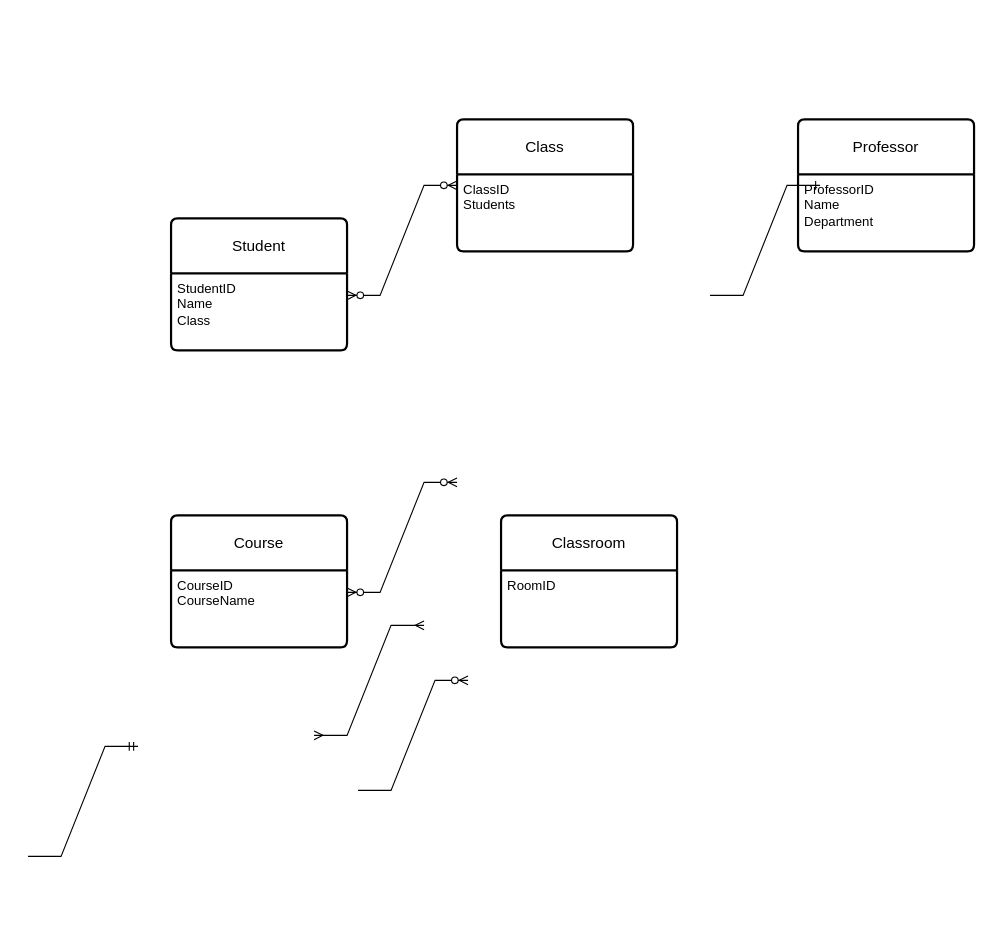
The draw.io diagram Practical4.drawio in carinetang20/carinetang20, before the edit. Source tidied: cells renumbered, new cells numbered last; positions are measured from the earlier drawing's top-left corner, leaving out a move shared by most shapes. Both pictures are drawn from the tidied source at 110%, with x=0, y=0 at pixel (28, 119).
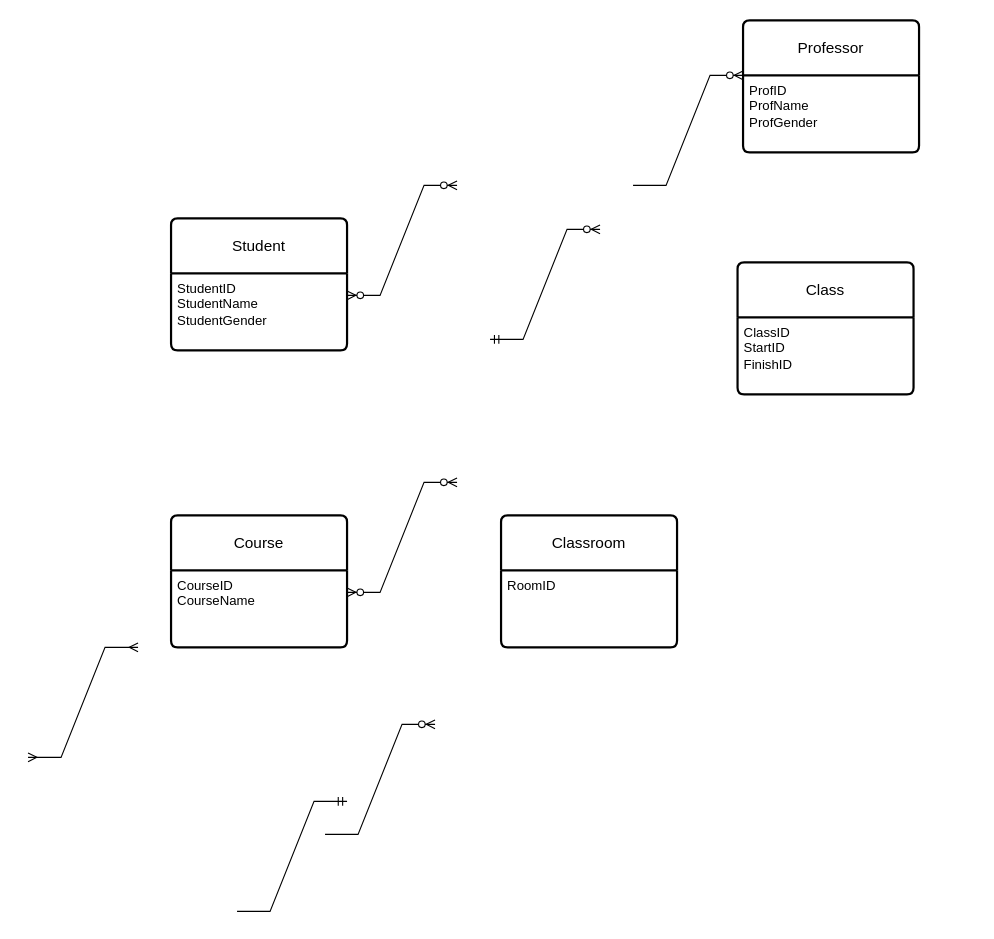
Above is the later version.

Unchanged cells that the change refers to:
```xml
<mxCell id="5" value="Student" style="swimlane;horizontal=1;startSize=50;rounded=1;fontSize=14;fontStyle=0;strokeWidth=2;shadow=0;dashed=0;align=center;arcSize=4;whiteSpace=wrap;html=1;" parent="1" vertex="1">
  <mxGeometry x="130" y="90" width="160" height="120" as="geometry" />
</mxCell>
```

Diff of the diagram source:
```diff
@@
     <mxCell id="2" value="Class" style="swimlane;horizontal=1;startSize=50;rounded=1;fontSize=14;fontStyle=0;strokeWidth=2;shadow=0;dashed=0;align=center;arcSize=4;whiteSpace=wrap;html=1;" parent="1" vertex="1">
-      <mxGeometry x="390" width="160" height="120" as="geometry" />
+      <mxGeometry x="645" y="130" width="160" height="120" as="geometry" />
     </mxCell>
-    <mxCell id="3" value="&lt;div&gt;ClassID&lt;/div&gt;&lt;div&gt;Students&lt;/div&gt;" style="align=left;strokeColor=none;fillColor=none;spacingLeft=4;spacingRight=4;fontSize=12;verticalAlign=top;html=1;whiteSpace=wrap;" parent="2" vertex="1">
+    <mxCell id="3" value="&lt;div&gt;ClassID&lt;/div&gt;&lt;div&gt;StartID&lt;/div&gt;&lt;div&gt;FinishID&lt;/div&gt;" style="align=left;strokeColor=none;fillColor=none;spacingLeft=4;spacingRight=4;fontSize=12;verticalAlign=top;html=1;whiteSpace=wrap;" parent="2" vertex="1">
       <mxGeometry y="50" width="160" height="70" as="geometry" />
     </mxCell>
@@
-    <mxCell id="6" value="&lt;div&gt;StudentID&lt;/div&gt;&lt;div&gt;Name&lt;/div&gt;&lt;div&gt;Class&lt;/div&gt;" style="align=left;strokeColor=none;fillColor=none;spacingLeft=4;spacingRight=4;fontSize=12;verticalAlign=top;html=1;whiteSpace=wrap;" parent="5" vertex="1">
+    <mxCell id="6" value="&lt;div&gt;StudentID&lt;/div&gt;&lt;div&gt;StudentName&lt;/div&gt;&lt;div&gt;StudentGender&lt;/div&gt;&lt;div&gt;&lt;br&gt;&lt;/div&gt;" style="align=left;strokeColor=none;fillColor=none;spacingLeft=4;spacingRight=4;fontSize=12;verticalAlign=top;html=1;whiteSpace=wrap;" parent="5" vertex="1">
       <mxGeometry y="50" width="160" height="70" as="geometry" />
     </mxCell>
     <mxCell id="7" value="Professor" style="swimlane;horizontal=1;startSize=50;rounded=1;fontSize=14;fontStyle=0;strokeWidth=2;shadow=0;dashed=0;align=center;arcSize=4;whiteSpace=wrap;html=1;" parent="1" vertex="1">
-      <mxGeometry x="700" width="160" height="120" as="geometry" />
+      <mxGeometry x="650" y="-90" width="160" height="120" as="geometry" />
     </mxCell>
-    <mxCell id="8" value="&lt;div&gt;ProfessorID&lt;/div&gt;&lt;div&gt;Name&lt;/div&gt;&lt;div&gt;Department&lt;/div&gt;" style="align=left;strokeColor=none;fillColor=none;spacingLeft=4;spacingRight=4;fontSize=12;verticalAlign=top;html=1;whiteSpace=wrap;" parent="7" vertex="1">
+    <mxCell id="8" value="&lt;div&gt;ProfID&lt;/div&gt;&lt;div&gt;ProfName&lt;/div&gt;&lt;div&gt;ProfGender&lt;/div&gt;" style="align=left;strokeColor=none;fillColor=none;spacingLeft=4;spacingRight=4;fontSize=12;verticalAlign=top;html=1;whiteSpace=wrap;" parent="7" vertex="1">
       <mxGeometry y="50" width="160" height="70" as="geometry" />
     </mxCell>
@@
     <mxCell id="13" style="edgeStyle=entityRelationEdgeStyle;fontSize=12;html=1;endArrow=ERzeroToMany;endFill=1;rounded=0;" parent="1" edge="1">
       <mxGeometry relative="1" as="geometry">
-        <mxPoint x="300" y="610" as="sourcePoint" />
-        <mxPoint x="400" y="510" as="targetPoint" />
+        <mxPoint x="270" y="650" as="sourcePoint" />
+        <mxPoint x="370" y="550" as="targetPoint" />
       </mxGeometry>
     </mxCell>
     <mxCell id="14" style="edgeStyle=entityRelationEdgeStyle;fontSize=12;html=1;endArrow=ERmandOne;rounded=0;" parent="1" edge="1">
       <mxGeometry relative="1" as="geometry">
-        <mxPoint y="670" as="sourcePoint" />
-        <mxPoint x="100" y="570" as="targetPoint" />
+        <mxPoint x="190" y="720" as="sourcePoint" />
+        <mxPoint x="290" y="620" as="targetPoint" />
       </mxGeometry>
     </mxCell>
-    <mxCell id="15" style="edgeStyle=entityRelationEdgeStyle;fontSize=12;html=1;endArrow=ERone;endFill=1;rounded=0;" parent="1" edge="1">
-      <mxGeometry relative="1" as="geometry">
-        <mxPoint x="620" y="160" as="sourcePoint" />
-        <mxPoint x="720" y="60" as="targetPoint" />
-      </mxGeometry>
-    </mxCell>
     <mxCell id="16" style="edgeStyle=entityRelationEdgeStyle;fontSize=12;html=1;endArrow=ERmany;startArrow=ERmany;rounded=0;" parent="1" edge="1">
       <mxGeometry relative="1" as="geometry">
-        <mxPoint x="260" y="560" as="sourcePoint" />
-        <mxPoint x="360" y="460" as="targetPoint" />
+        <mxPoint y="580" as="sourcePoint" />
+        <mxPoint x="100" y="480" as="targetPoint" />
       </mxGeometry>
     </mxCell>
@@
+    <mxCell id="19" style="edgeStyle=entityRelationEdgeStyle;fontSize=12;html=1;endArrow=ERzeroToMany;endFill=1;rounded=0;" parent="1" edge="1">
+      <mxGeometry relative="1" as="geometry">
+        <mxPoint x="550" y="60" as="sourcePoint" />
+        <mxPoint x="650" y="-40" as="targetPoint" />
+      </mxGeometry>
+    </mxCell>
+    <mxCell id="20" style="edgeStyle=entityRelationEdgeStyle;fontSize=12;html=1;endArrow=ERzeroToMany;startArrow=ERmandOne;rounded=0;" parent="1" edge="1">
+      <mxGeometry relative="1" as="geometry">
+        <mxPoint x="420" y="200" as="sourcePoint" />
+        <mxPoint x="520" y="100" as="targetPoint" />
+      </mxGeometry>
+    </mxCell>
```
